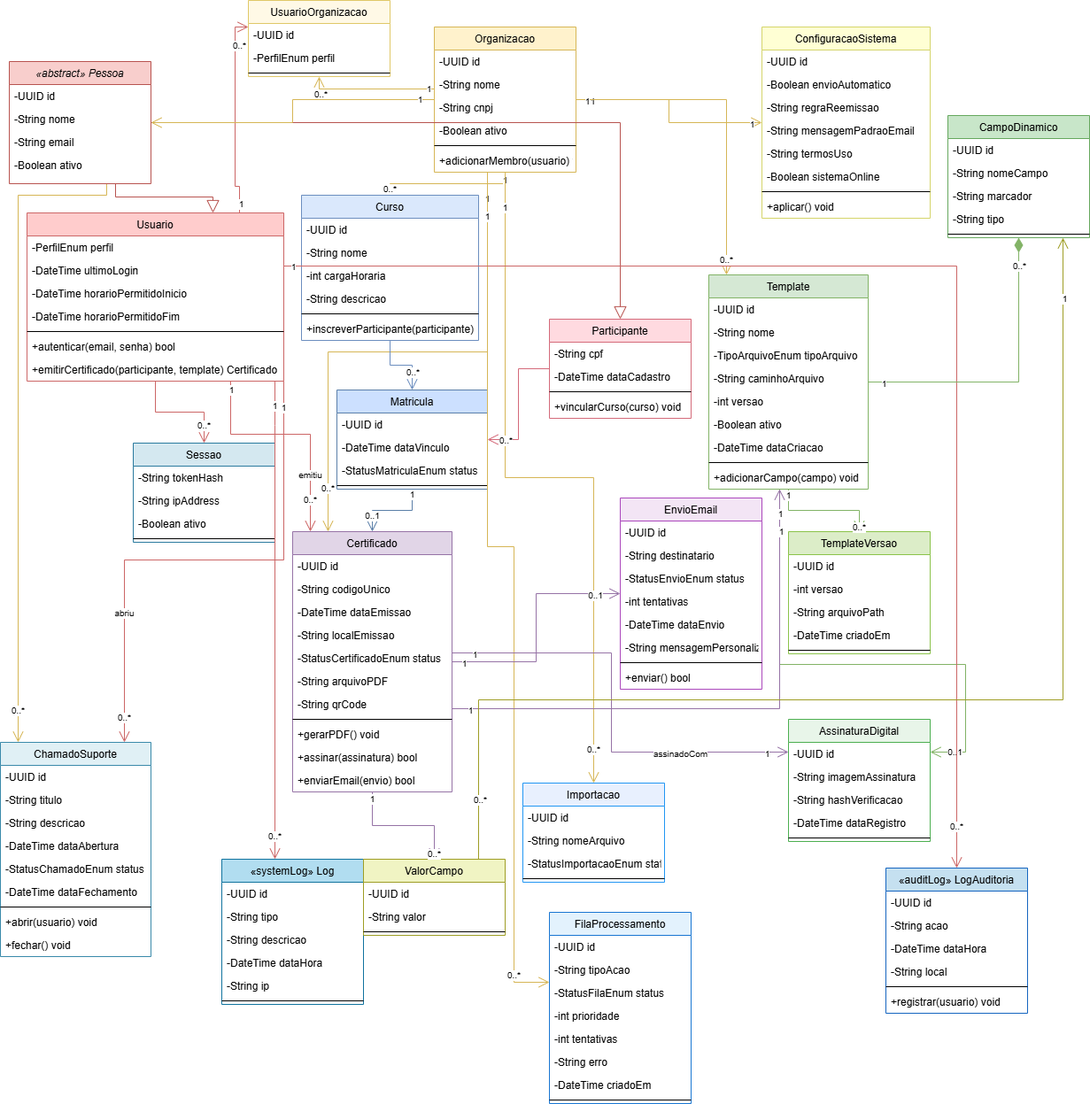
The draw.io diagram Diagrama-de-classes.png in igordev23/Diagrama-de-classes, before a commit. Source tidied: cells renumbered, new cells last; positions are measured from the earlier drawing's top-left corner, leaving out a move shared by most shapes.
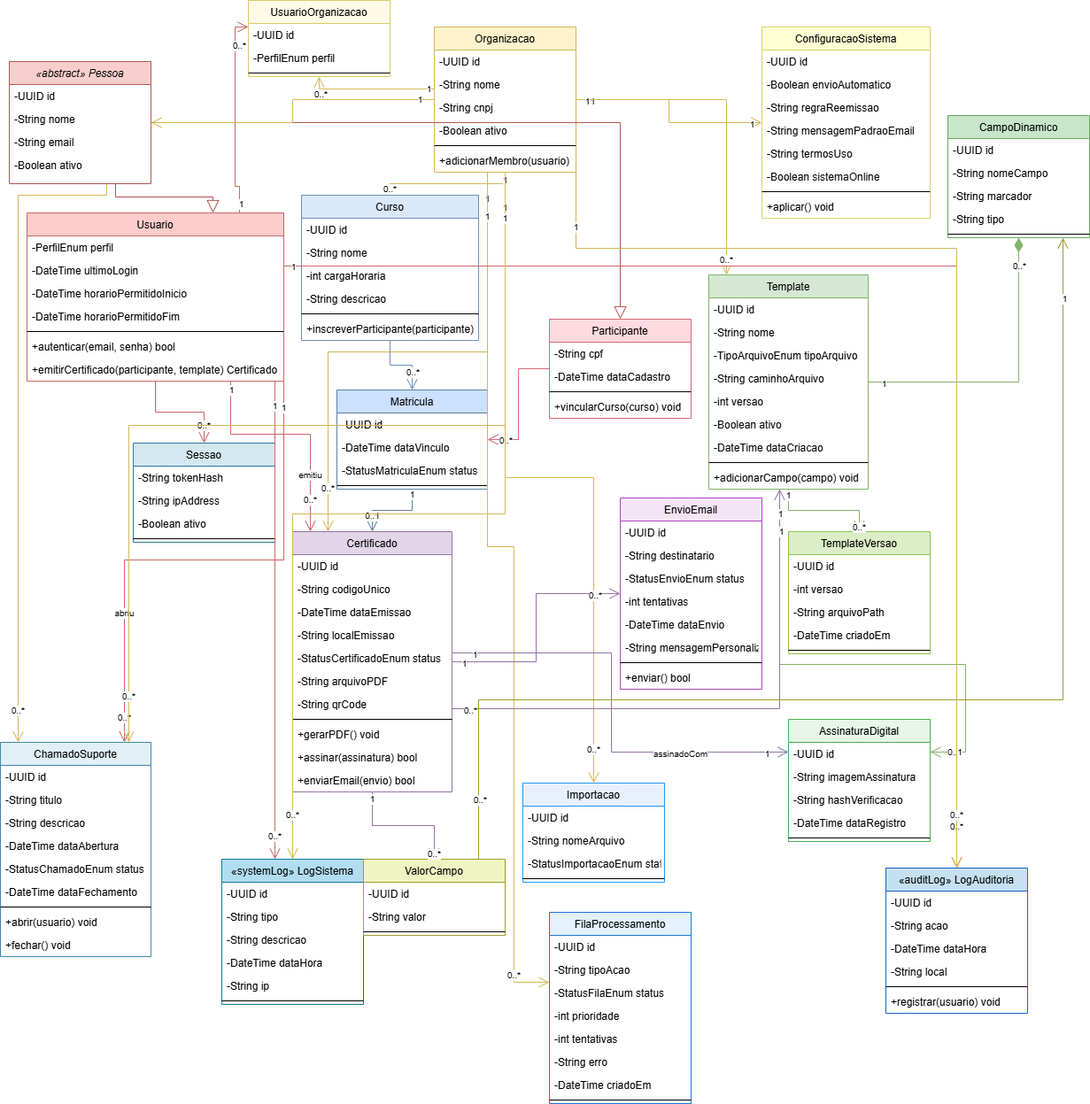
After the commit.

Commit message:
refinando e removendo as inconsistencias entre as classes

Change to the diagram source:
```diff
@@ -284,7 +284,7 @@
     <mxCell id="95" value="+enviar() bool" style="text;align=left;verticalAlign=top;spacingLeft=4;spacingRight=4;overflow=hidden;" parent="87" vertex="1">
       <mxGeometry y="190" width="160" height="26" as="geometry" />
     </mxCell>
-    <mxCell id="96" value="«systemLog» Log" style="swimlane;fontStyle=0;align=center;verticalAlign=top;horizontal=1;startSize=26;rounded=0;shadow=0;strokeWidth=1;fillColor=#b1ddf0;strokeColor=#10739e;" parent="1" vertex="1">
+    <mxCell id="96" value="«systemLog» LogSistema" style="swimlane;fontStyle=0;align=center;verticalAlign=top;horizontal=1;startSize=26;rounded=0;shadow=0;strokeWidth=1;fillColor=#b1ddf0;strokeColor=#10739e;" parent="1" vertex="1">
       <mxGeometry x="250" y="970" width="160" height="164" as="geometry" />
     </mxCell>
     <mxCell id="97" value="-UUID id" style="text;align=left;verticalAlign=top;spacingLeft=4;spacingRight=4;overflow=hidden;" parent="96" vertex="1">
@@ -607,7 +607,7 @@
     <mxCell id="185" value="1" style="edgeLabel;html=1;align=center;verticalAlign=middle;fontSize=10;" parent="184" vertex="1">
       <mxGeometry x="-0.9" y="-1" relative="1" as="geometry" />
     </mxCell>
-    <mxCell id="186" value="0..1" style="edgeLabel;html=1;align=center;verticalAlign=middle;fontSize=10;" parent="184" vertex="1">
+    <mxCell id="186" value="0..*" style="edgeLabel;html=1;align=center;verticalAlign=middle;fontSize=10;" parent="184" vertex="1">
       <mxGeometry x="0.9" y="-1" relative="1" as="geometry">
         <mxPoint x="-16" as="offset" />
       </mxGeometry>
@@ -636,7 +636,7 @@
         </Array>
       </mxGeometry>
     </mxCell>
-    <mxCell id="192" value="1" style="edgeLabel;html=1;align=center;verticalAlign=middle;fontSize=10;" parent="191" vertex="1">
+    <mxCell id="192" value="0..*" style="edgeLabel;html=1;align=center;verticalAlign=middle;fontSize=10;" parent="191" vertex="1">
       <mxGeometry x="-0.9" y="-1" relative="1" as="geometry">
         <mxPoint x="-11" as="offset" />
       </mxGeometry>
@@ -782,5 +782,47 @@
     <mxCell id="226" value="1" style="edgeLabel;html=1;align=center;verticalAlign=middle;fontSize=10;" parent="1" vertex="1">
       <mxGeometry x="880" y="580" as="geometry" />
     </mxCell>
+    <mxCell id="227" style="endArrow=open;endSize=10;html=1;rounded=0;edgeStyle=orthogonalEdgeStyle;strokeColor=#d6b656;" parent="1" edge="1" source="15" target="115">
+      <mxGeometry relative="1" as="geometry">
+        <Array as="points">
+          <mxPoint x="570" y="480" />
+          <mxPoint x="145" y="480" />
+        </Array>
+      </mxGeometry>
+    </mxCell>
+    <mxCell id="228" value="1" style="edgeLabel;html=1;align=center;verticalAlign=middle;fontSize=10;" parent="227" vertex="1">
+      <mxGeometry x="-0.9" y="-1" relative="1" as="geometry" />
+    </mxCell>
+    <mxCell id="229" value="0..*" style="edgeLabel;html=1;align=center;verticalAlign=middle;fontSize=10;" parent="227" vertex="1">
+      <mxGeometry x="0.9" y="-1" relative="1" as="geometry" />
+    </mxCell>
+    <mxCell id="230" style="endArrow=open;endSize=10;html=1;rounded=0;edgeStyle=orthogonalEdgeStyle;strokeColor=#d6b656;" parent="1" edge="1" source="15" target="96">
+      <mxGeometry relative="1" as="geometry">
+        <Array as="points">
+          <mxPoint x="570" y="580" />
+          <mxPoint x="330" y="580" />
+        </Array>
+      </mxGeometry>
+    </mxCell>
+    <mxCell id="231" value="1" style="edgeLabel;html=1;align=center;verticalAlign=middle;fontSize=10;" parent="230" vertex="1">
+      <mxGeometry x="-0.9" y="-1" relative="1" as="geometry" />
+    </mxCell>
+    <mxCell id="232" value="0..*" style="edgeLabel;html=1;align=center;verticalAlign=middle;fontSize=10;" parent="230" vertex="1">
+      <mxGeometry x="0.9" y="-1" relative="1" as="geometry" />
+    </mxCell>
+    <mxCell id="233" style="endArrow=open;endSize=10;html=1;rounded=0;edgeStyle=orthogonalEdgeStyle;strokeColor=#d6b656;" parent="1" edge="1" source="15" target="103">
+      <mxGeometry relative="1" as="geometry">
+        <Array as="points">
+          <mxPoint x="650" y="280" />
+          <mxPoint x="1080" y="280" />
+        </Array>
+      </mxGeometry>
+    </mxCell>
+    <mxCell id="234" value="1" style="edgeLabel;html=1;align=center;verticalAlign=middle;fontSize=10;" parent="233" vertex="1">
+      <mxGeometry x="-0.9" y="-1" relative="1" as="geometry" />
+    </mxCell>
+    <mxCell id="235" value="0..*" style="edgeLabel;html=1;align=center;verticalAlign=middle;fontSize=10;" parent="233" vertex="1">
+      <mxGeometry x="0.9" y="-1" relative="1" as="geometry" />
+    </mxCell>
   </root>
 </mxGraphModel>
```
